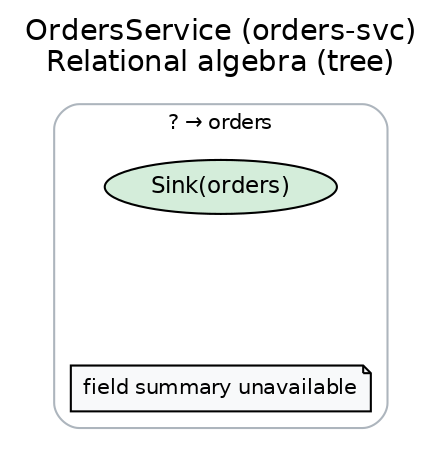
Above: docs/difc-ra-diagrams/orders-svc-ra-flow.png in Coder2002-MSAdithya/kafka-streams-examples (Graphviz), before the change. Its source is kept beside it as docs/difc-ra-diagrams/orders-svc-ra-flow.dot.
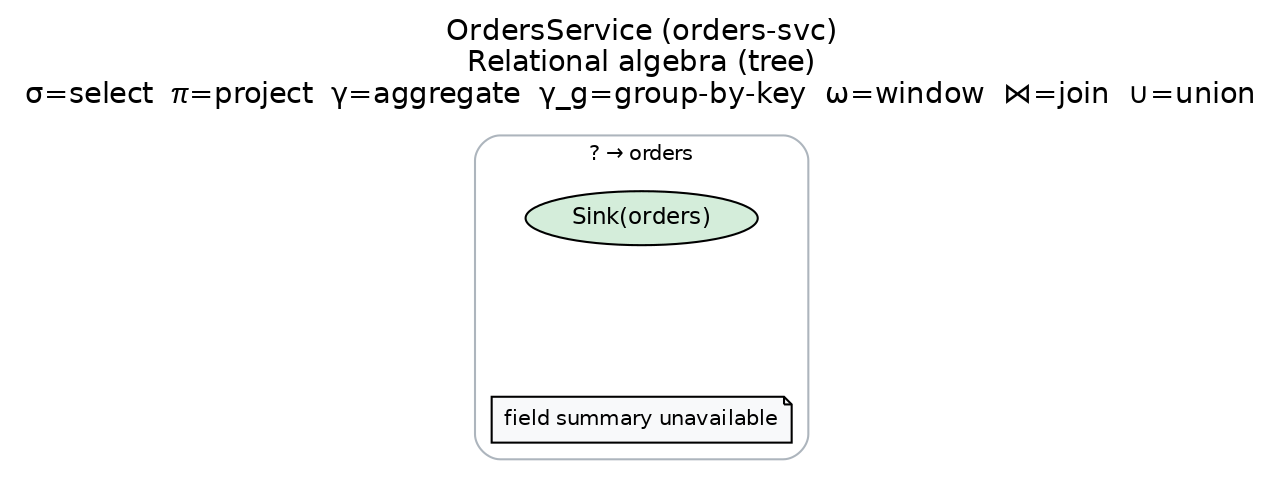
After the change.

Change to the diagram source:
```diff
@@ -2,14 +2,14 @@
   graph [rankdir=TB, bgcolor="white", fontname="Helvetica", splines=ortho, nodesep=0.35, ranksep=0.5, ordering="out"];
   node [fontname="Helvetica", fontsize=11, style=filled, height=0.3, margin="0.08,0.04"];
   edge [fontname="Helvetica", color="#444444", arrowsize=0.65];
-  label="OrdersService (orders-svc)\nRelational algebra (tree)";
+  label="OrdersService (orders-svc)\nRelational algebra (tree)\nσ=select  π=project  γ=aggregate  γ_g=group-by-key  ω=window  ⋈=join  ∪=union";
   labelloc=t;
   fontsize=14;
   subgraph cluster_0 {
     label="? → orders"; style=rounded; color="#adb5bd"; fontsize=10;
-    r0t0 [label="Sink(orders)", shape=ellipse, style="filled", fillcolor="#d4edda"];
+    p0_sink_orders [label="Sink(orders)", shape=ellipse, style="filled", fillcolor="#d4edda"];
     r0anchor [style=invis, width=0, height=0, label=""];
-    r0t0 -> r0anchor [style=invis];
+    p0_sink_orders -> r0anchor [style=invis];
     r0anchor -> r0note [style=invis];
     r0note [label="field summary unavailable", shape=note, fillcolor="#f8f9fa", fontsize=10];
     { rank=max; r0note; }
```
